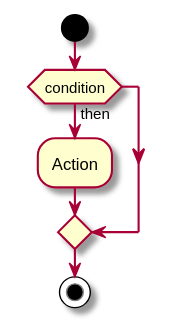
Earlier version of the PlantUML export USantaTecla/tech-plantuml/images/Ejemplo142.svg (USantaTecla-0-general/3-publicaciones).
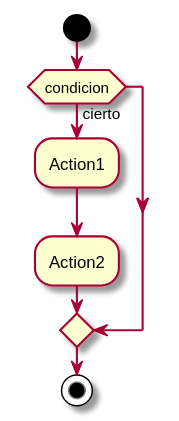
Above is the later version.

The edit, as a diff of the source:
```diff
@@ -1,7 +1,8 @@
 @startuml
 start
-if (condition) then (then)
-  :Action;
+if (condicion) then (cierto)
+  :Action1;
+  :Action2;
 endif
 stop
 @enduml
```
